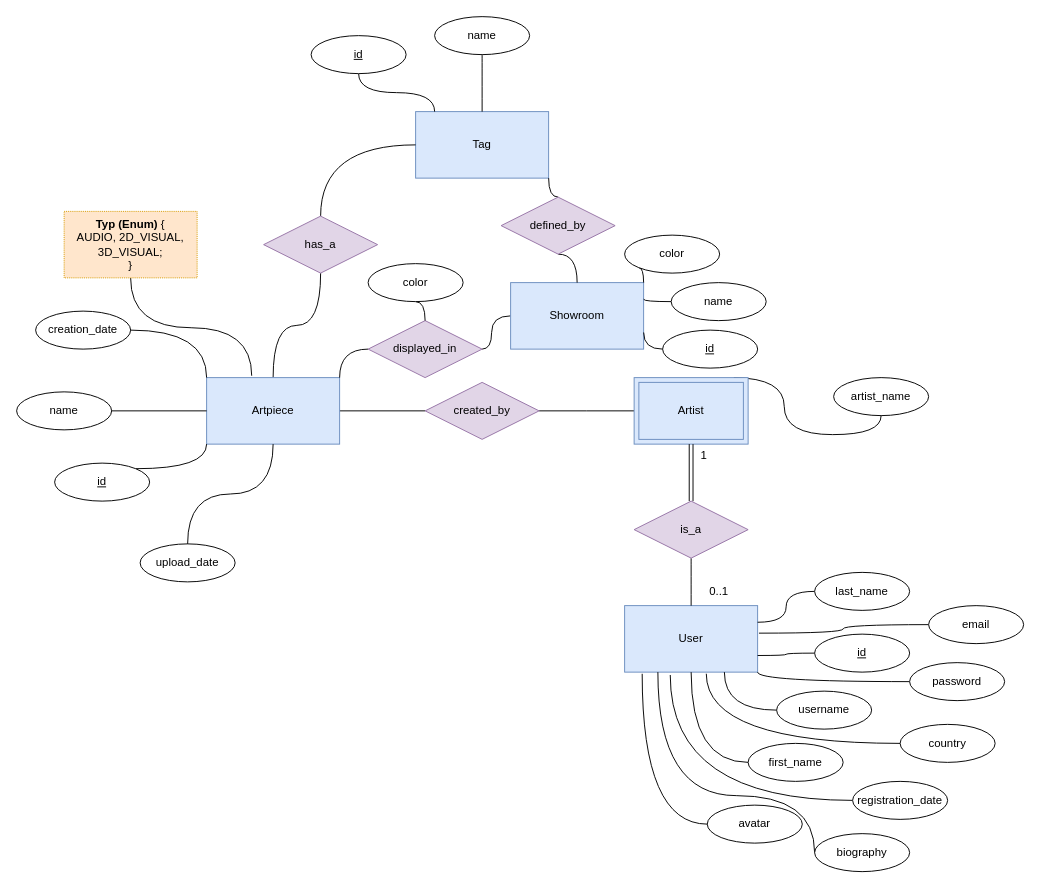
The draw.io diagram media/er_diagram_v1.drawio in Arcn-git/v_gallery, before the edit. Source tidied: cells renumbered, new cells numbered last; positions are measured from the earlier drawing's top-left corner, leaving out a move shared by most shapes. Both pictures are drawn from the tidied source at 95%, with x=0, y=0 at pixel (16, 16).
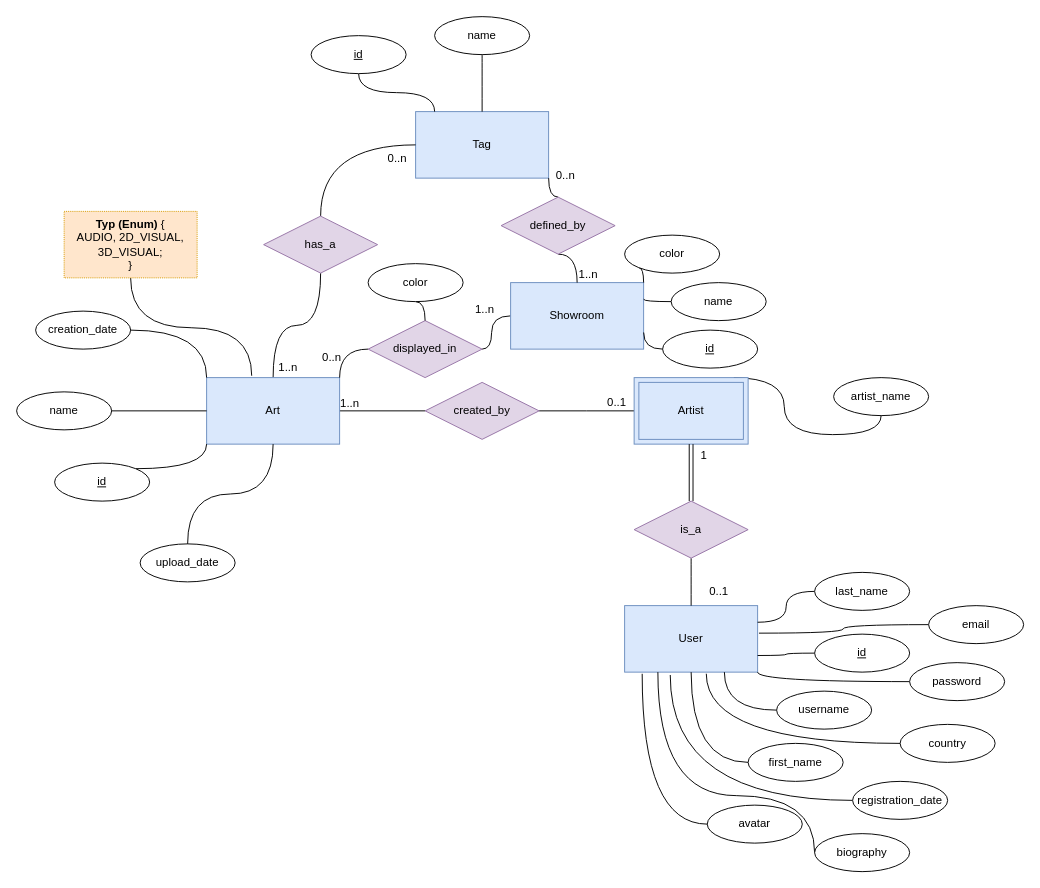
Above is the later version.

Diff of the diagram source:
```diff
@@
-    <mxCell id="4" value="Artpiece" style="whiteSpace=wrap;html=1;align=center;fillColor=#dae8fc;strokeColor=#6c8ebf;" parent="1" vertex="1">
+    <mxCell id="4" value="Art" style="whiteSpace=wrap;html=1;align=center;fillColor=#dae8fc;strokeColor=#6c8ebf;" parent="1" vertex="1">
       <mxGeometry x="200" y="380" width="140" height="70" as="geometry" />
     </mxCell>
@@
-    <mxCell id="26" value="is_a" style="shape=rhombus;perimeter=rhombusPerimeter;whiteSpace=wrap;html=1;align=center;fillColor=#e1d5e7;strokeColor=#9673a6;" parent="1" vertex="1">
+    <mxCell id="26" value="is_a" style="shape=rhombus;perimeter=rhombusPerimeter;whiteSpace=wrap;html=1;align=center;fillColor=#e1d5e7;strokeColor=#9673a6;shadow=0;" parent="1" vertex="1">
       <mxGeometry x="650" y="510" width="120" height="60" as="geometry" />
     </mxCell>
@@
+    <mxCell id="68" value="0..1" style="html=1;align=right;verticalAlign=bottom;" parent="1" vertex="1">
+      <mxGeometry x="620" y="400" as="geometry">
+        <mxPoint x="22" y="14" as="offset" />
+      </mxGeometry>
+    </mxCell>
+    <mxCell id="69" value="1..n" style="html=1;align=right;verticalAlign=bottom;" parent="1" vertex="1">
+      <mxGeometry x="350" y="410" as="geometry">
+        <mxPoint x="11" y="5" as="offset" />
+      </mxGeometry>
+    </mxCell>
+    <mxCell id="70" value="1..n" style="html=1;align=right;verticalAlign=bottom;" parent="1" vertex="1">
+      <mxGeometry x="300" y="360" as="geometry">
+        <mxPoint x="-4" y="18" as="offset" />
+      </mxGeometry>
+    </mxCell>
+    <mxCell id="71" value="0..n" style="html=1;align=right;verticalAlign=bottom;" parent="1" vertex="1">
+      <mxGeometry x="390" y="140" as="geometry">
+        <mxPoint x="21" y="18" as="offset" />
+      </mxGeometry>
+    </mxCell>
+    <mxCell id="72" value="0..n" style="html=1;align=right;verticalAlign=bottom;" parent="1" vertex="1">
+      <mxGeometry x="570" y="150" as="geometry">
+        <mxPoint x="18" y="25" as="offset" />
+      </mxGeometry>
+    </mxCell>
+    <mxCell id="73" value="1..n" style="html=1;align=right;verticalAlign=bottom;" parent="1" vertex="1">
+      <mxGeometry x="600" y="260" as="geometry">
+        <mxPoint x="12" y="20" as="offset" />
+      </mxGeometry>
+    </mxCell>
+    <mxCell id="74" value="0..n" style="html=1;align=right;verticalAlign=bottom;" parent="1" vertex="1">
+      <mxGeometry x="340" y="340" as="geometry">
+        <mxPoint x="2" y="27" as="offset" />
+      </mxGeometry>
+    </mxCell>
+    <mxCell id="75" value="1..n" style="html=1;align=right;verticalAlign=bottom;" parent="1" vertex="1">
+      <mxGeometry x="500" y="330" as="geometry">
+        <mxPoint x="3" y="-13" as="offset" />
+      </mxGeometry>
+    </mxCell>
```
